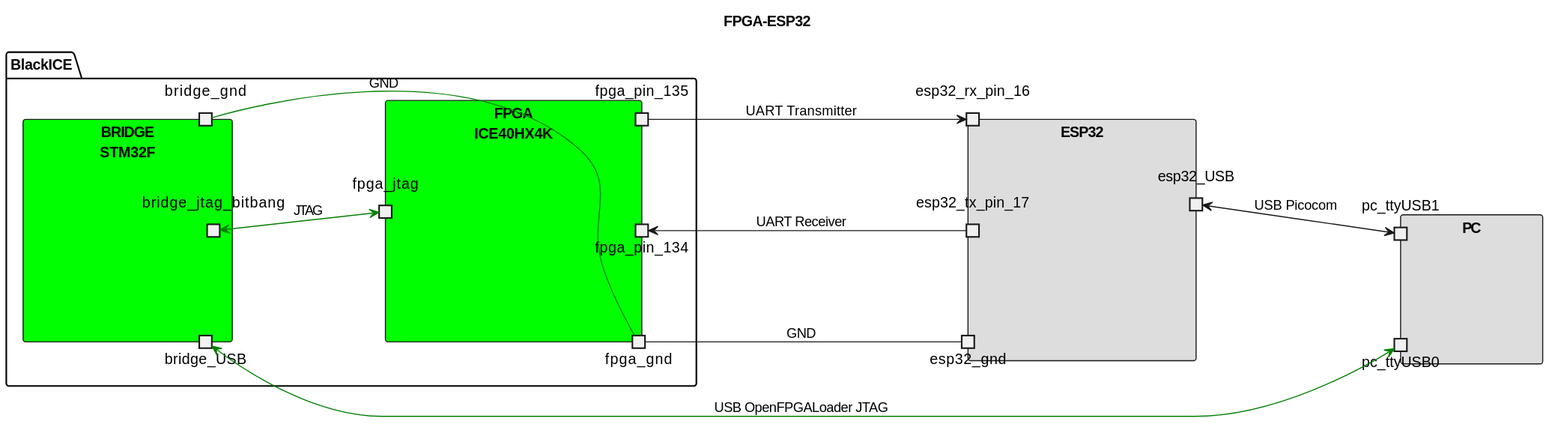
The PlantUML diagram fpga-example/ice40-hx4k-MyStorm-BlackIce-Mx/femtoriscv/docs/soc-esp32_fpga_bridge.svg in johnnycubides/digital-electronic-1-101, before a commit.
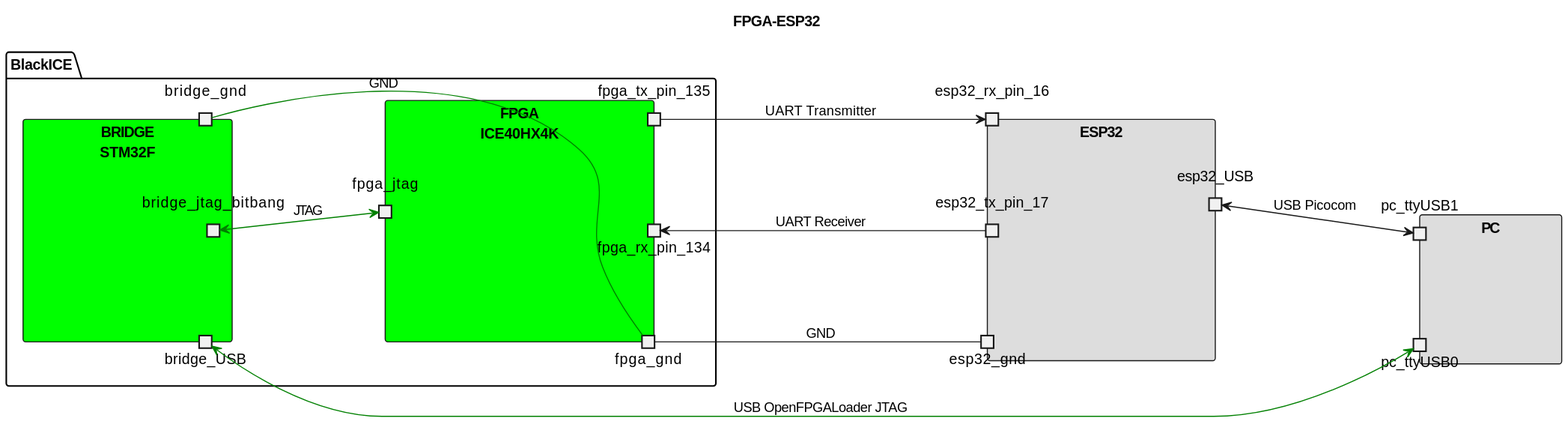
Later version of the same file.

Diff of the diagram source:
```diff
@@ -9,8 +9,8 @@
 }
 component FPGA\nICE40HX4K #lime {
   portout fpga_gnd
-  portout fpga_pin_134
-  portout fpga_pin_135
+  portout fpga_rx_pin_134
+  portout fpga_tx_pin_135
   portin fpga_jtag
 }
 
@@ -33,8 +33,8 @@
 }
 
 fpga_gnd -- esp32_gnd: GND
-fpga_pin_135 --> esp32_rx_pin_16: UART Transmitter
-fpga_pin_134 <-- esp32_tx_pin_17: UART Receiver
+fpga_tx_pin_135 --> esp32_rx_pin_16: UART Transmitter
+fpga_rx_pin_134 <-- esp32_tx_pin_17: UART Receiver
 esp32_USB <--> pc_ttyUSB1: USB Picocom
 bridge_USB <--> pc_ttyUSB0 #green : USB OpenFPGALoader JTAG
 bridge_jtag_bitbang <--> fpga_jtag #green : JTAG
```
